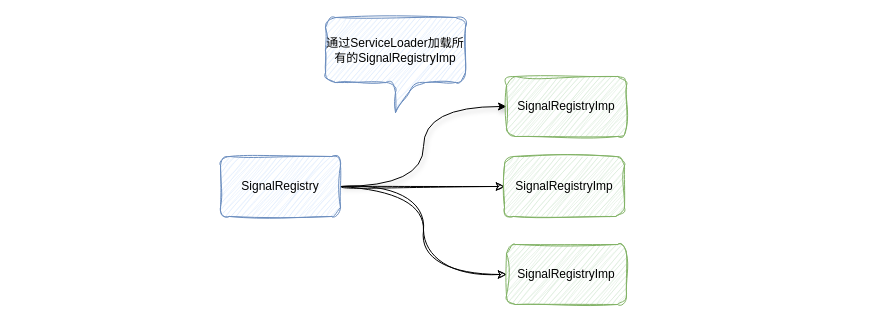
The draw.io diagram 车控SDK.drawio in TryLoveCatch/charts, before the edit. Source tidied: cells renumbered, new cells numbered last; positions are measured from the earlier drawing's top-left corner, leaving out a move shared by most shapes. Both pictures are drawn from the tidied source at 100%, with x=0, y=0 at pixel (220, 17).
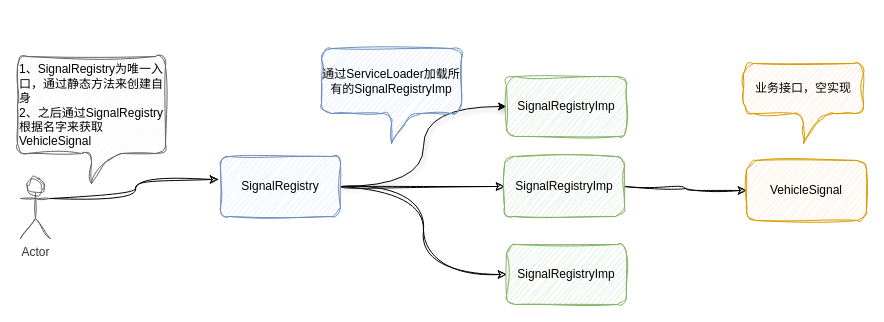
The same page after the edit.

Change to the diagram source:
```diff
@@
 <mxGraphModel>
   <root>
     <mxCell id="0" />
     <mxCell id="1" parent="0" />
     <mxCell id="2" style="edgeStyle=orthogonalEdgeStyle;rounded=0;jettySize=auto;html=1;exitX=1;exitY=0.5;exitDx=0;exitDy=0;entryX=0;entryY=0.5;entryDx=0;entryDy=0;curved=1;shadow=1;" parent="1" edge="1" source="5" target="6">
       <mxGeometry relative="1" as="geometry" />
     </mxCell>
     <mxCell id="3" style="edgeStyle=orthogonalEdgeStyle;shape=connector;curved=1;rounded=0;jettySize=auto;html=1;exitX=1;exitY=0.5;exitDx=0;exitDy=0;entryX=0;entryY=0.5;entryDx=0;entryDy=0;shadow=0;strokeColor=default;align=center;verticalAlign=middle;fontFamily=Helvetica;fontSize=12;fontColor=default;labelBackgroundColor=default;endArrow=classic;sketch=1;curveFitting=1;jiggle=2;" parent="1" edge="1" source="5" target="7">
       <mxGeometry relative="1" as="geometry" />
     </mxCell>
     <mxCell id="4" style="edgeStyle=orthogonalEdgeStyle;shape=connector;curved=1;rounded=0;sketch=1;jiggle=2;curveFitting=1;jettySize=auto;html=1;exitX=1;exitY=0.5;exitDx=0;exitDy=0;entryX=0;entryY=0.5;entryDx=0;entryDy=0;shadow=0;strokeColor=default;align=center;verticalAlign=middle;fontFamily=Helvetica;fontSize=12;fontColor=default;labelBackgroundColor=default;endArrow=classic;" parent="1" edge="1" source="5" target="8">
       <mxGeometry relative="1" as="geometry" />
     </mxCell>
     <mxCell id="5" value="SignalRegistry" style="rounded=1;whiteSpace=wrap;html=1;sketch=1;curveFitting=1;jiggle=2;fillColor=#dae8fc;strokeColor=#6c8ebf;" parent="1" vertex="1">
       <mxGeometry y="139" width="120" height="60" as="geometry" />
     </mxCell>
     <mxCell id="6" value="SignalRegistryImp" style="rounded=1;whiteSpace=wrap;html=1;sketch=1;curveFitting=1;jiggle=2;fillColor=#d5e8d4;strokeColor=#82b366;" parent="1" vertex="1">
       <mxGeometry x="286" y="59" width="120" height="60" as="geometry" />
     </mxCell>
+    <mxCell id="10" style="edgeStyle=orthogonalEdgeStyle;shape=connector;curved=1;rounded=0;sketch=1;jiggle=2;curveFitting=1;jettySize=auto;html=1;exitX=1;exitY=0.5;exitDx=0;exitDy=0;entryX=0;entryY=0.5;entryDx=0;entryDy=0;shadow=0;strokeColor=default;align=center;verticalAlign=middle;fontFamily=Helvetica;fontSize=12;fontColor=#333333;labelBackgroundColor=none;endArrow=classic;" parent="1" edge="1" source="7" target="14">
+      <mxGeometry relative="1" as="geometry" />
+    </mxCell>
     <mxCell id="7" value="SignalRegistryImp" style="rounded=1;whiteSpace=wrap;html=1;sketch=1;curveFitting=1;jiggle=2;fillColor=#d5e8d4;strokeColor=#82b366;" parent="1" vertex="1">
       <mxGeometry x="284" y="139" width="120" height="60" as="geometry" />
     </mxCell>
     <mxCell id="8" value="SignalRegistryImp" style="rounded=1;whiteSpace=wrap;html=1;sketch=1;curveFitting=1;jiggle=2;fillColor=#d5e8d4;strokeColor=#82b366;" parent="1" vertex="1">
       <mxGeometry x="286" y="227" width="120" height="60" as="geometry" />
     </mxCell>
     <mxCell id="9" value="&lt;span&gt;通过ServiceLoader加载所有的SignalRegistryImp&lt;/span&gt;" style="shape=callout;whiteSpace=wrap;html=1;perimeter=calloutPerimeter;rounded=1;sketch=1;jiggle=2;curveFitting=1;strokeColor=#6c8ebf;align=center;verticalAlign=middle;fontFamily=Helvetica;fontSize=12;fontColor=default;labelBackgroundColor=none;fillColor=#dae8fc;" parent="1" vertex="1">
-      <mxGeometry x="105" width="140" height="95" as="geometry" />
+      <mxGeometry x="101" y="31" width="140" height="95" as="geometry" />
     </mxCell>
+    <mxCell id="11" value="Actor" style="shape=umlActor;verticalLabelPosition=bottom;verticalAlign=top;html=1;outlineConnect=0;rounded=1;sketch=1;jiggle=2;curveFitting=1;strokeColor=#666666;align=center;fontFamily=Helvetica;fontSize=12;fontColor=#333333;labelBackgroundColor=default;fillColor=#f5f5f5;" parent="1" vertex="1">
+      <mxGeometry x="-200" y="161" width="30" height="60" as="geometry" />
+    </mxCell>
+    <mxCell id="12" style="edgeStyle=orthogonalEdgeStyle;shape=connector;curved=1;rounded=0;sketch=1;jiggle=2;curveFitting=1;jettySize=auto;html=1;exitX=1;exitY=0.3333333333333333;exitDx=0;exitDy=0;exitPerimeter=0;entryX=-0.017;entryY=0.383;entryDx=0;entryDy=0;entryPerimeter=0;shadow=0;strokeColor=default;align=center;verticalAlign=middle;fontFamily=Helvetica;fontSize=12;fontColor=default;labelBackgroundColor=default;endArrow=classic;" parent="1" edge="1" source="11" target="5">
+      <mxGeometry relative="1" as="geometry" />
+    </mxCell>
+    <mxCell id="13" value="&lt;span style=&quot;color: rgb(0, 0, 0);&quot;&gt;1、SignalRegistry为唯一入口，通过静态方法来创建自身&lt;/span&gt;&lt;div&gt;&lt;span style=&quot;color: rgb(0, 0, 0);&quot;&gt;2、之后通过&lt;/span&gt;&lt;span style=&quot;color: rgb(0, 0, 0); text-align: center; background-color: transparent;&quot;&gt;SignalRegistry根据名字来获取&lt;/span&gt;&lt;span style=&quot;color: rgb(0, 0, 0); text-align: center; background-color: transparent;&quot;&gt;VehicleSignal&lt;/span&gt;&lt;/div&gt;" style="shape=callout;whiteSpace=wrap;html=1;perimeter=calloutPerimeter;rounded=1;sketch=1;jiggle=2;curveFitting=1;strokeColor=#666666;align=left;verticalAlign=middle;fontFamily=Helvetica;fontSize=12;fontColor=#333333;labelBackgroundColor=none;fillColor=#f5f5f5;" parent="1" vertex="1">
+      <mxGeometry x="-203" y="39" width="148" height="127" as="geometry" />
+    </mxCell>
+    <mxCell id="14" value="VehicleSignal" style="rounded=1;whiteSpace=wrap;html=1;sketch=1;curveFitting=1;jiggle=2;fillColor=#ffe6cc;strokeColor=#d79b00;" parent="1" vertex="1">
+      <mxGeometry x="526" y="143" width="120" height="60" as="geometry" />
+    </mxCell>
+    <mxCell id="15" value="业务接口，空实现" style="shape=callout;whiteSpace=wrap;html=1;perimeter=calloutPerimeter;rounded=1;sketch=1;jiggle=2;curveFitting=1;strokeColor=#d79b00;align=center;verticalAlign=middle;fontFamily=Helvetica;fontSize=12;labelBackgroundColor=none;fillColor=#ffe6cc;" parent="1" vertex="1">
+      <mxGeometry x="523" y="46" width="120" height="80" as="geometry" />
+    </mxCell>
   </root>
 </mxGraphModel>
```
